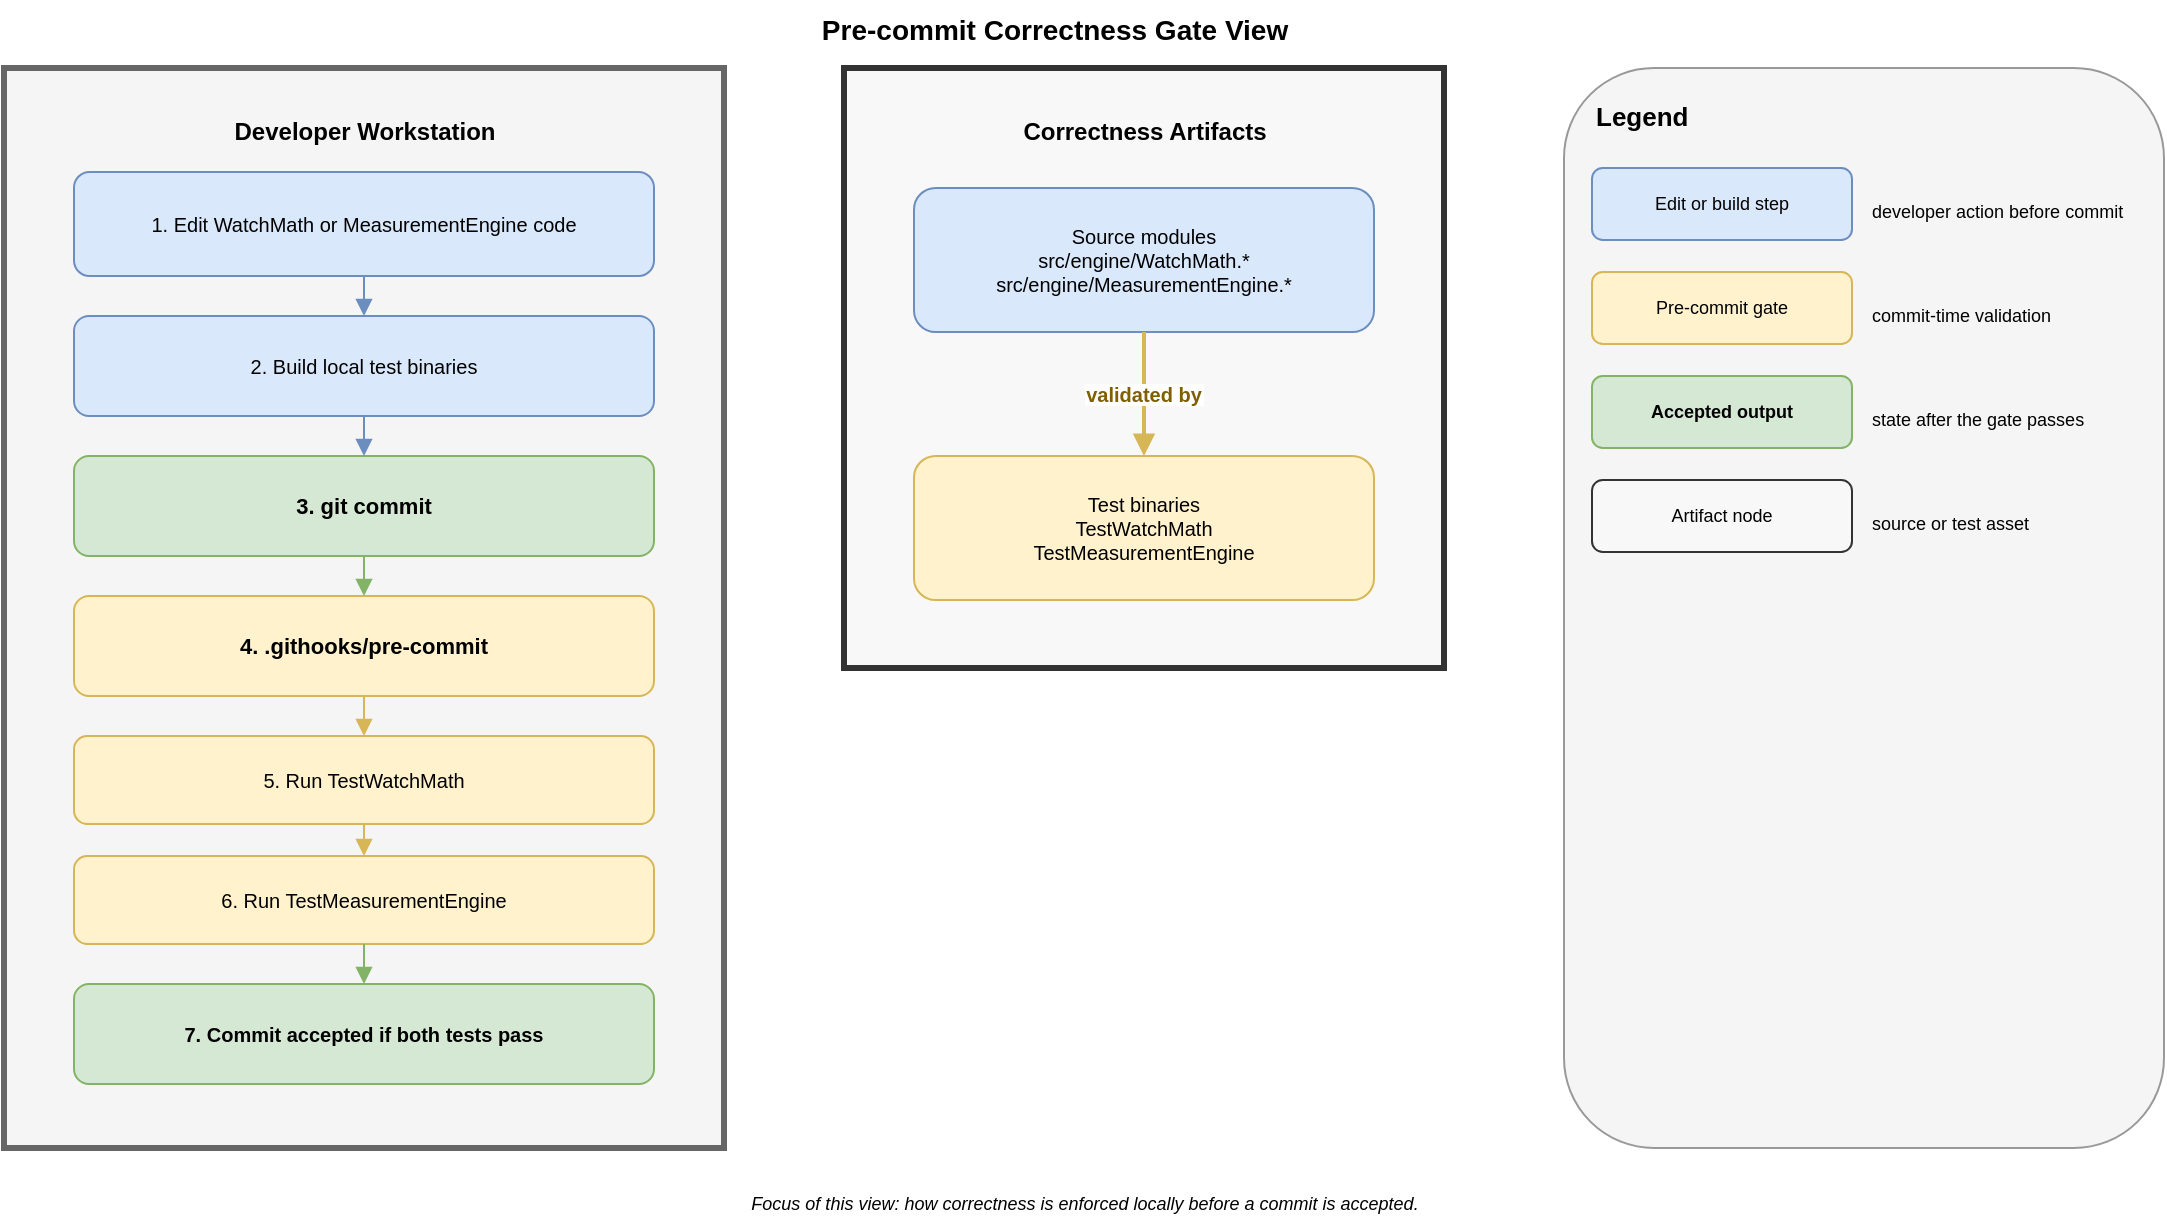
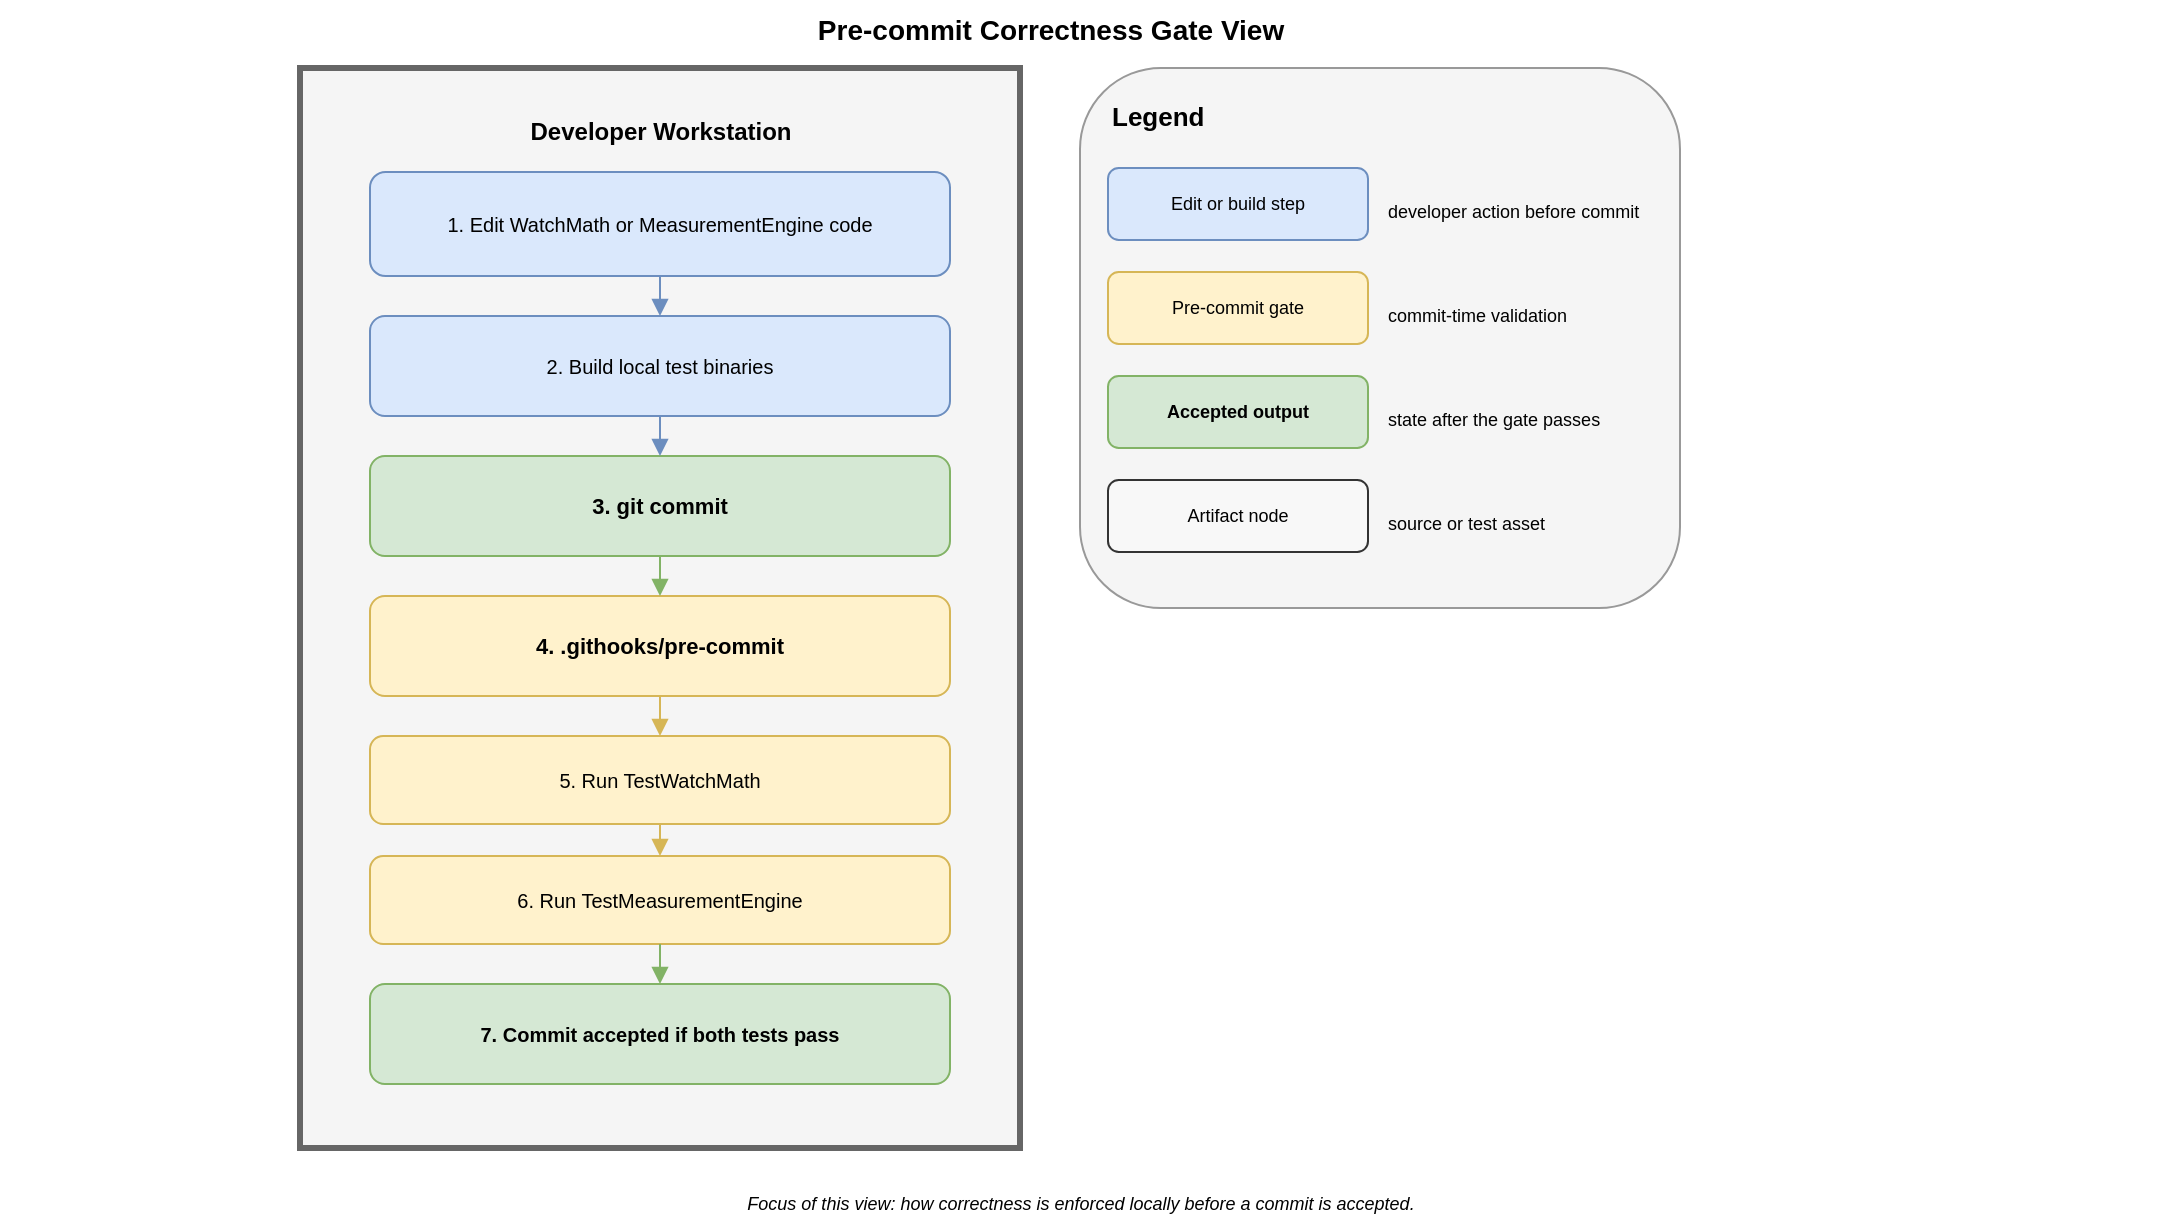
<mxfile host="65bd71144e">
    <diagram id="precommitCorrectnessGateView" name="Pre-commit Correctness Gate View">
-         <mxGraphModel dx="730" dy="827" grid="1" gridSize="10" guides="1" tooltips="1" connect="1" arrows="1" fold="1" page="1" pageScale="1" pageWidth="1400" pageHeight="640" math="0" shadow="0">
+         <mxGraphModel dx="961" dy="827" grid="1" gridSize="10" guides="1" tooltips="1" connect="1" arrows="1" fold="1" page="1" pageScale="1" pageWidth="1400" pageHeight="640" math="0" shadow="0">
            <root>
                <mxCell id="0"/>
                <mxCell id="1" parent="0"/>
                <mxCell id="title" value="Pre-commit Correctness Gate View" style="text;html=1;strokeColor=none;fillColor=none;align=center;fontSize=14;fontStyle=1;" parent="1" vertex="1">
                    <mxGeometry x="30" y="6" width="1050" height="26" as="geometry"/>
                </mxCell>
                <mxCell id="DEV" value="" style="rounded=0;whiteSpace=wrap;html=1;fillColor=#f5f5f5;strokeColor=#666666;strokeWidth=3;" parent="1" vertex="1">
-                     <mxGeometry x="30" y="40" width="360" height="540" as="geometry"/>
+                     <mxGeometry x="180" y="40" width="360" height="540" as="geometry"/>
                </mxCell>
                <mxCell id="DEV_NM" value="Developer Workstation" style="text;html=1;strokeColor=none;fillColor=none;fontStyle=1;fontSize=12;align=center;" parent="1" vertex="1">
-                     <mxGeometry x="30" y="58" width="360" height="20" as="geometry"/>
+                     <mxGeometry x="180" y="58" width="360" height="20" as="geometry"/>
                </mxCell>
                <mxCell id="D1" value="1. Edit WatchMath or MeasurementEngine code" style="rounded=1;whiteSpace=wrap;html=1;fillColor=#dae8fc;strokeColor=#6c8ebf;fontSize=10;" parent="1" vertex="1">
-                     <mxGeometry x="65" y="92" width="290" height="52" as="geometry"/>
+                     <mxGeometry x="215" y="92" width="290" height="52" as="geometry"/>
                </mxCell>
                <mxCell id="D2" value="2. Build local test binaries" style="rounded=1;whiteSpace=wrap;html=1;fillColor=#dae8fc;strokeColor=#6c8ebf;fontSize=10;" parent="1" vertex="1">
-                     <mxGeometry x="65" y="164" width="290" height="50" as="geometry"/>
+                     <mxGeometry x="215" y="164" width="290" height="50" as="geometry"/>
                </mxCell>
                <mxCell id="D3" value="3. git commit" style="rounded=1;whiteSpace=wrap;html=1;fillColor=#d5e8d4;strokeColor=#82b366;fontStyle=1;fontSize=11;" parent="1" vertex="1">
-                     <mxGeometry x="65" y="234" width="290" height="50" as="geometry"/>
+                     <mxGeometry x="215" y="234" width="290" height="50" as="geometry"/>
                </mxCell>
                <mxCell id="D4" value="4. .githooks/pre-commit" style="rounded=1;whiteSpace=wrap;html=1;fillColor=#fff2cc;strokeColor=#d6b656;fontStyle=1;fontSize=11;" parent="1" vertex="1">
-                     <mxGeometry x="65" y="304" width="290" height="50" as="geometry"/>
+                     <mxGeometry x="215" y="304" width="290" height="50" as="geometry"/>
                </mxCell>
                <mxCell id="D5" value="5. Run TestWatchMath" style="rounded=1;whiteSpace=wrap;html=1;fillColor=#fff2cc;strokeColor=#d6b656;fontSize=10;" parent="1" vertex="1">
-                     <mxGeometry x="65" y="374" width="290" height="44" as="geometry"/>
+                     <mxGeometry x="215" y="374" width="290" height="44" as="geometry"/>
                </mxCell>
                <mxCell id="D6" value="6. Run TestMeasurementEngine" style="rounded=1;whiteSpace=wrap;html=1;fillColor=#fff2cc;strokeColor=#d6b656;fontSize=10;" parent="1" vertex="1">
-                     <mxGeometry x="65" y="434" width="290" height="44" as="geometry"/>
+                     <mxGeometry x="215" y="434" width="290" height="44" as="geometry"/>
                </mxCell>
                <mxCell id="D7" value="7. Commit accepted if both tests pass" style="rounded=1;whiteSpace=wrap;html=1;fillColor=#d5e8d4;strokeColor=#82b366;fontStyle=1;fontSize=10;" parent="1" vertex="1">
-                     <mxGeometry x="65" y="498" width="290" height="50" as="geometry"/>
+                     <mxGeometry x="215" y="498" width="290" height="50" as="geometry"/>
                </mxCell>
                <mxCell id="d1d2" value="" style="edgeStyle=orthogonalEdgeStyle;rounded=1;curved=1;endArrow=block;endFill=1;strokeColor=#6c8ebf;" parent="1" source="D1" target="D2" edge="1">
                    <mxGeometry relative="1" as="geometry"/>
                </mxCell>
                <mxCell id="d2d3" value="" style="edgeStyle=orthogonalEdgeStyle;rounded=1;curved=1;endArrow=block;endFill=1;strokeColor=#6c8ebf;" parent="1" source="D2" target="D3" edge="1">
                    <mxGeometry relative="1" as="geometry"/>
                </mxCell>
                <mxCell id="d3d4" value="" style="edgeStyle=orthogonalEdgeStyle;rounded=1;curved=1;endArrow=block;endFill=1;strokeColor=#82b366;" parent="1" source="D3" target="D4" edge="1">
                    <mxGeometry relative="1" as="geometry"/>
                </mxCell>
                <mxCell id="d4d5" value="" style="edgeStyle=orthogonalEdgeStyle;rounded=1;curved=1;endArrow=block;endFill=1;strokeColor=#d6b656;" parent="1" source="D4" target="D5" edge="1">
                    <mxGeometry relative="1" as="geometry"/>
                </mxCell>
                <mxCell id="d5d6" value="" style="edgeStyle=orthogonalEdgeStyle;rounded=1;curved=1;endArrow=block;endFill=1;strokeColor=#d6b656;" parent="1" source="D5" target="D6" edge="1">
                    <mxGeometry relative="1" as="geometry"/>
                </mxCell>
                <mxCell id="d6d7" value="" style="edgeStyle=orthogonalEdgeStyle;rounded=1;curved=1;endArrow=block;endFill=1;strokeColor=#82b366;" parent="1" source="D6" target="D7" edge="1">
                    <mxGeometry relative="1" as="geometry"/>
                </mxCell>
-                 <mxCell id="ART" value="" style="rounded=0;whiteSpace=wrap;html=1;fillColor=#f8f8f8;strokeColor=#333333;strokeWidth=3;" parent="1" vertex="1">
-                     <mxGeometry x="450" y="40" width="300" height="300" as="geometry"/>
-                 </mxCell>
-                 <mxCell id="ART_NM" value="Correctness Artifacts" style="text;html=1;strokeColor=none;fillColor=none;fontStyle=1;fontSize=12;align=center;" parent="1" vertex="1">
-                     <mxGeometry x="450" y="58" width="300" height="20" as="geometry"/>
-                 </mxCell>
-                 <mxCell id="A1" value="Source modules&#xa;src/engine/WatchMath.*&#xa;src/engine/MeasurementEngine.*" style="rounded=1;whiteSpace=wrap;html=1;fillColor=#dae8fc;strokeColor=#6c8ebf;fontSize=10;" parent="1" vertex="1">
-                     <mxGeometry x="485" y="100" width="230" height="72" as="geometry"/>
-                 </mxCell>
-                 <mxCell id="A2" value="Test binaries&#xa;TestWatchMath&#xa;TestMeasurementEngine" style="rounded=1;whiteSpace=wrap;html=1;fillColor=#fff2cc;strokeColor=#d6b656;fontSize=10;" parent="1" vertex="1">
-                     <mxGeometry x="485" y="234" width="230" height="72" as="geometry"/>
-                 </mxCell>
-                 <mxCell id="map1" value="validated by" style="endArrow=block;endFill=1;strokeColor=#d6b656;strokeWidth=2;fontColor=#7f6000;fontStyle=1;fontSize=10;entryX=0.5;entryY=0;entryDx=0;entryDy=0;" parent="1" edge="1" target="A2">
-                     <mxGeometry relative="1" as="geometry">
-                         <mxPoint x="600" y="172" as="sourcePoint"/>
-                         <mxPoint x="600" y="208" as="targetPoint"/>
-                     </mxGeometry>
-                 </mxCell>
                <mxCell id="LEG" value="" style="rounded=1;whiteSpace=wrap;html=1;fillColor=#f5f5f5;strokeColor=#999999;" parent="1" vertex="1">
-                     <mxGeometry x="810" y="40" width="300" height="540" as="geometry"/>
+                     <mxGeometry x="570" y="40" width="300" height="270" as="geometry"/>
                </mxCell>
                <mxCell id="LEG_T" value="Legend" style="text;html=1;strokeColor=none;fillColor=none;fontStyle=1;fontSize=13;align=left;" parent="1" vertex="1">
-                     <mxGeometry x="824" y="50" width="80" height="20" as="geometry"/>
+                     <mxGeometry x="584" y="50" width="80" height="20" as="geometry"/>
                </mxCell>
                <mxCell id="L1" value="Edit or build step" style="rounded=1;whiteSpace=wrap;html=1;fillColor=#dae8fc;strokeColor=#6c8ebf;fontSize=9;" parent="1" vertex="1">
-                     <mxGeometry x="824" y="90" width="130" height="36" as="geometry"/>
+                     <mxGeometry x="584" y="90" width="130" height="36" as="geometry"/>
                </mxCell>
                <mxCell id="L1T" value="developer action before commit" style="text;html=1;strokeColor=none;fillColor=none;align=left;fontSize=9;" parent="1" vertex="1">
-                     <mxGeometry x="962" y="100" width="132" height="16" as="geometry"/>
+                     <mxGeometry x="722" y="100" width="132" height="16" as="geometry"/>
                </mxCell>
                <mxCell id="L2" value="Pre-commit gate" style="rounded=1;whiteSpace=wrap;html=1;fillColor=#fff2cc;strokeColor=#d6b656;fontSize=9;" parent="1" vertex="1">
-                     <mxGeometry x="824" y="142" width="130" height="36" as="geometry"/>
+                     <mxGeometry x="584" y="142" width="130" height="36" as="geometry"/>
                </mxCell>
                <mxCell id="L2T" value="commit-time validation" style="text;html=1;strokeColor=none;fillColor=none;align=left;fontSize=9;" parent="1" vertex="1">
-                     <mxGeometry x="962" y="152" width="132" height="16" as="geometry"/>
+                     <mxGeometry x="722" y="152" width="132" height="16" as="geometry"/>
                </mxCell>
                <mxCell id="L3" value="Accepted output" style="rounded=1;whiteSpace=wrap;html=1;fillColor=#d5e8d4;strokeColor=#82b366;fontSize=9;fontStyle=1;" parent="1" vertex="1">
-                     <mxGeometry x="824" y="194" width="130" height="36" as="geometry"/>
+                     <mxGeometry x="584" y="194" width="130" height="36" as="geometry"/>
                </mxCell>
                <mxCell id="L3T" value="state after the gate passes" style="text;html=1;strokeColor=none;fillColor=none;align=left;fontSize=9;" parent="1" vertex="1">
-                     <mxGeometry x="962" y="204" width="132" height="16" as="geometry"/>
+                     <mxGeometry x="722" y="204" width="132" height="16" as="geometry"/>
                </mxCell>
                <mxCell id="L4" value="Artifact node" style="rounded=1;whiteSpace=wrap;html=1;fillColor=#f8f8f8;strokeColor=#333333;fontSize=9;" parent="1" vertex="1">
-                     <mxGeometry x="824" y="246" width="130" height="36" as="geometry"/>
+                     <mxGeometry x="584" y="246" width="130" height="36" as="geometry"/>
                </mxCell>
                <mxCell id="L4T" value="source or test asset" style="text;html=1;strokeColor=none;fillColor=none;align=left;fontSize=9;" parent="1" vertex="1">
-                     <mxGeometry x="962" y="256" width="132" height="16" as="geometry"/>
+                     <mxGeometry x="722" y="256" width="132" height="16" as="geometry"/>
                </mxCell>
                <mxCell id="NOTE" value="Focus of this view: how correctness is enforced locally before a commit is accepted." style="text;html=1;strokeColor=none;fillColor=none;align=center;fontSize=9;fontStyle=2;" parent="1" vertex="1">
                    <mxGeometry x="30" y="596" width="1080" height="16" as="geometry"/>
                </mxCell>
            </root>
        </mxGraphModel>
    </diagram>
</mxfile>